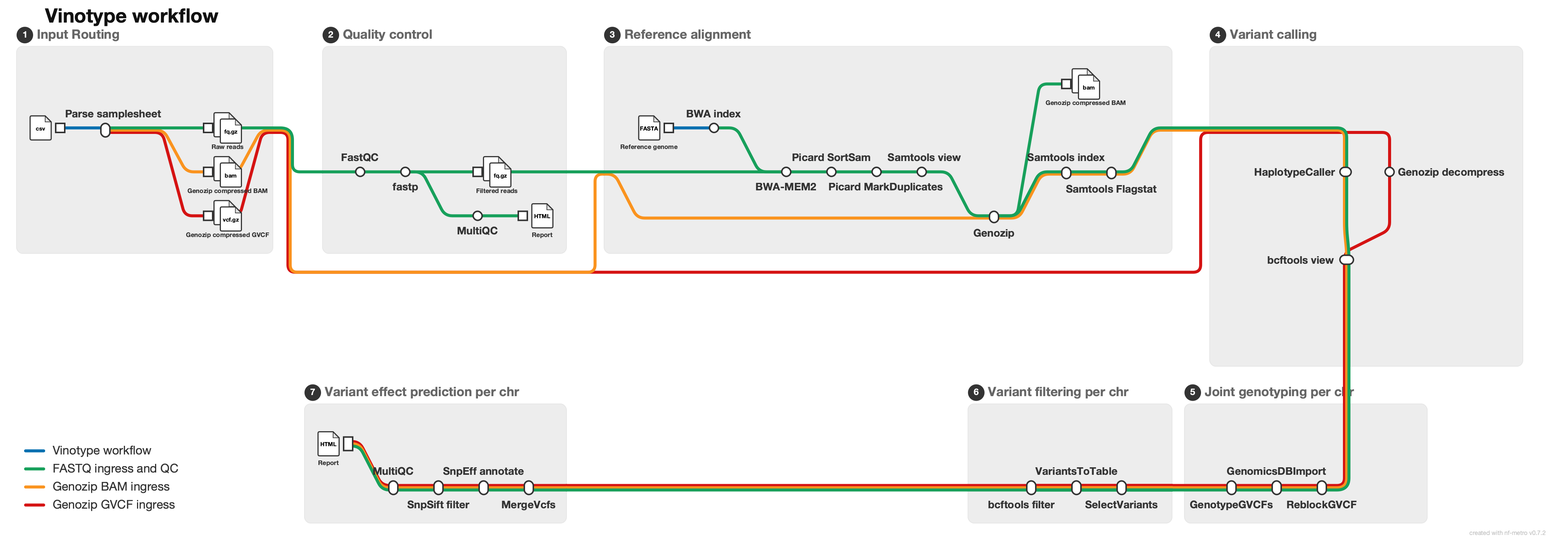
Above: docs/vinotype_dataflow.png in dylangrblr/Vinotype (Mermaid), before the change. Its source is kept beside it as docs/vinotype_dataflow.mmd. Its diagram source:
```mermaid

graph LR

  subgraph INPUT_LINE[Input Routing]
    INPUT[ ]
    PARSE[Parse samplesheet]
    FASTQ[ ]
    GZ_INPUT[ ]
    GVCF_INPUT[ ]
    INPUT -->|main| PARSE
    PARSE -->|fastq| FASTQ
    PARSE -->|genozip| GZ_INPUT
    PARSE -->|gvcf| GVCF_INPUT
  end

  subgraph QC_LINE[Quality control]
    FASTQC[FastQC]
    FASTP[fastp]
    FILTERED_READS[ ]
    MULTIQC[MultiQC]
    QC_REPORT[ ]
    FASTQC -->|fastq| FASTP
    FASTP -->|fastq| FILTERED_READS
    FASTP -->|fastq| MULTIQC
    MULTIQC -->|fastq| QC_REPORT
  end

  subgraph ALIGN_LINE[Reference alignment]
    REF[ ]
    IDX[BWA index]
    ALIGN[BWA-MEM2]
    PICARD[Picard SortSam]
    PICARD2[Picard MarkDuplicates]
    SAMTOOLS[Samtools view]
    GZC[Genozip]
    GENOZIP_BAM[ ]
    BAMT[Samtools index]
    FLAGS[Samtools Flagstat]
    REF -->|main| IDX
    IDX -->|fastq| ALIGN
    ALIGN -->|fastq| PICARD
    PICARD -->|fastq| PICARD2
    PICARD2 -->|fastq| SAMTOOLS
    SAMTOOLS -->|fastq| GZC
    GZC -->|fastq| GENOZIP_BAM
    GZC -->|fastq| BAMT
    GZC -->|genozip| BAMT
    BAMT -->|fastq| FLAGS
    BAMT -->|genozip| FLAGS
  end

  subgraph CALL_LINE[Variant calling]
    HC[HaplotypeCaller]
    GZD[Genozip decompress]
    SPLIT[bcftools view]
    HC -->|fastq| SPLIT
    HC -->|genozip| SPLIT
    GZD -->|gvcf| SPLIT
  end

  subgraph JOINT_LINE[Joint genotyping per chr]
    REBLOCK[ReblockGVCF]
    GDB[GenomicsDBImport]
    GT[GenotypeGVCFs]
    REBLOCK -->|fastq| GDB
    REBLOCK -->|genozip| GDB
    REBLOCK -->|gvcf| GDB
    GDB -->|fastq| GT
    GDB -->|genozip| GT
    GDB -->|gvcf| GT
  end

  subgraph FILTER_LINE[Variant filtering per chr]
    SELECTVARIANTS[SelectVariants]
    TABLE[VariantsToTable]
    FINAL[bcftools filter]
    SELECTVARIANTS -->|fastq| TABLE
    SELECTVARIANTS -->|genozip| TABLE
    SELECTVARIANTS -->|gvcf| TABLE
    TABLE -->|fastq| FINAL
    TABLE -->|genozip| FINAL
    TABLE -->|gvcf| FINAL
  end

  subgraph ANNO_LINE[Variant effect prediction per chr]
    MERGE[MergeVcfs]
    SNPEFF[SnpEff annotate]
    SNPSIFT[SnpSift filter]
    MQC[MultiQC]
    M[ ]
    MERGE -->|fastq| SNPEFF
    MERGE -->|genozip| SNPEFF
    MERGE -->|gvcf| SNPEFF
    SNPEFF -->|fastq| SNPSIFT
    SNPEFF -->|genozip| SNPSIFT
    SNPEFF -->|gvcf| SNPSIFT
    SNPSIFT -->|fastq| MQC
    SNPSIFT -->|genozip| MQC
    SNPSIFT -->|gvcf| MQC
    MQC -->|fastq| M
    MQC -->|genozip| M
    MQC -->|gvcf| M
  end

  FASTQ -->|fastq| FASTQC
  FILTERED_READS -->|fastq| ALIGN
  GZ_INPUT -->|genozip| GZC
  GVCF_INPUT -->|gvcf| GZD
  FLAGS -->|fastq| HC
  FLAGS -->|genozip| HC
  SPLIT -->|fastq| REBLOCK
  SPLIT -->|genozip| REBLOCK
  SPLIT -->|gvcf| REBLOCK
  GT -->|fastq| SELECTVARIANTS
  GT -->|genozip| SELECTVARIANTS
  GT -->|gvcf| SELECTVARIANTS
  FINAL -->|fastq| MERGE
  FINAL -->|genozip| MERGE
  FINAL -->|gvcf| MERGE
```
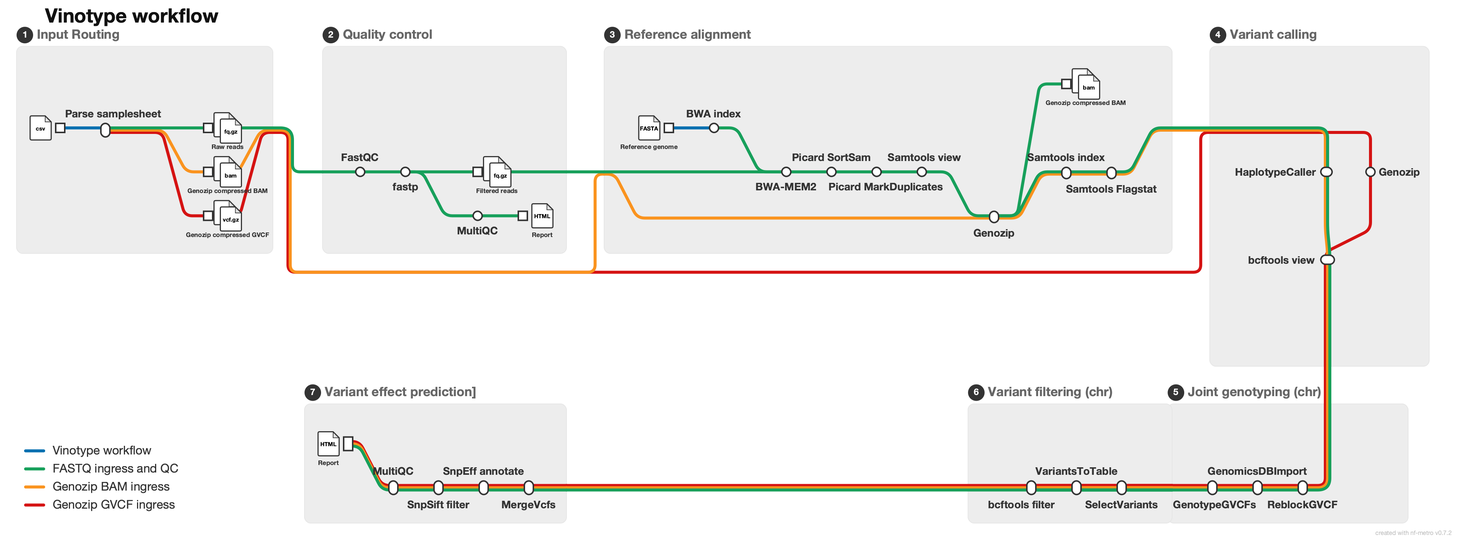
The same diagram one commit later.

Diff of the diagram source:
```diff
@@ -51,14 +51,14 @@
 
   subgraph CALL_LINE[Variant calling]
     HC[HaplotypeCaller]
-    GZD[Genozip decompress]
+    GZD[Genozip]
     SPLIT[bcftools view]
     HC -->|fastq| SPLIT
     HC -->|genozip| SPLIT
     GZD -->|gvcf| SPLIT
   end
 
-  subgraph JOINT_LINE[Joint genotyping per chr]
+  subgraph JOINT_LINE[Joint genotyping (chr)]
     REBLOCK[ReblockGVCF]
     GDB[GenomicsDBImport]
     GT[GenotypeGVCFs]
@@ -70,7 +70,7 @@
     GDB -->|gvcf| GT
   end
 
-  subgraph FILTER_LINE[Variant filtering per chr]
+  subgraph FILTER_LINE[Variant filtering (chr)]
     SELECTVARIANTS[SelectVariants]
     TABLE[VariantsToTable]
     FINAL[bcftools filter]
@@ -82,7 +82,7 @@
     TABLE -->|gvcf| FINAL
   end
 
-  subgraph ANNO_LINE[Variant effect prediction per chr]
+  subgraph ANNO_LINE[Variant effect prediction]]
     MERGE[MergeVcfs]
     SNPEFF[SnpEff annotate]
     SNPSIFT[SnpSift filter]
```
